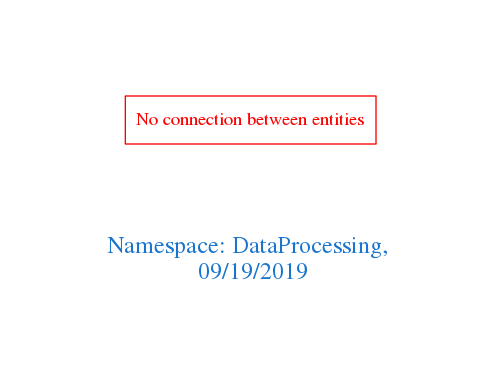
Above: downloads/DataProcessing.png in arago/OGIT (Graphviz), before the change. Its source is kept beside it as downloads/DataProcessing.dot.
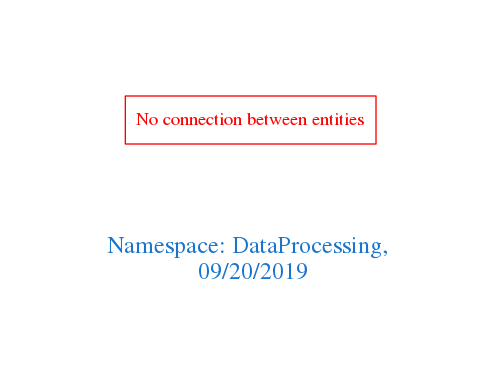
After the commit.

Change to the diagram source:
```diff
@@ -1,7 +1,7 @@
 digraph OGIT_ontology {
  graph [ rankdir= LR,pad=1
 fontsize = 18,
-fontcolor= dodgerblue3,label = "\n\n\nNamespace: DataProcessing, \n 09/19/2019"];
+fontcolor= dodgerblue3,label = "\n\n\nNamespace: DataProcessing, \n 09/20/2019"];
 node[shape=polygon];
 edge [  color="gray81"];
 
```
